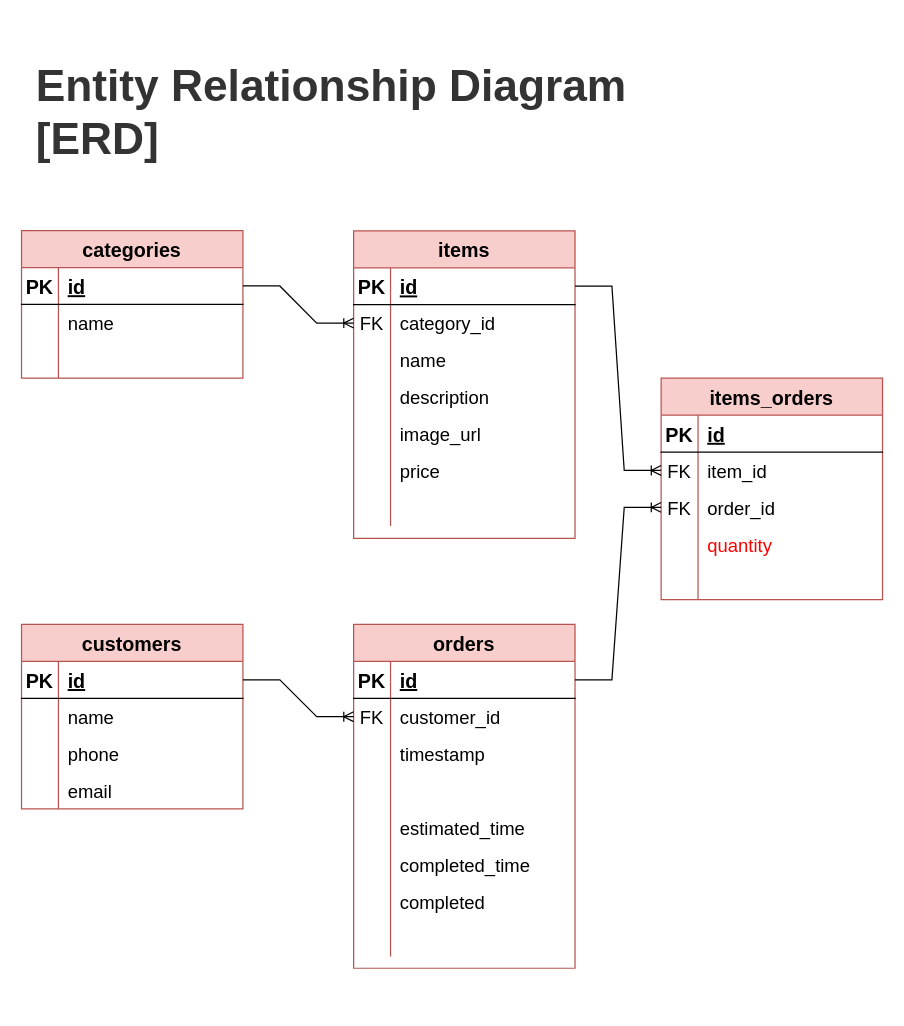
Above: page "dB_ERD" (4 of 4) of project_docs/app_views.drawio in smartnvm/foodTruck (draw.io), before the change. Source tidied: cells renumbered, new cells numbered last; positions are measured from the earlier drawing's top-left corner, leaving out a move shared by most shapes. Both pictures are drawn from the tidied source at 123%, with x=0, y=0 at pixel (21, 21).
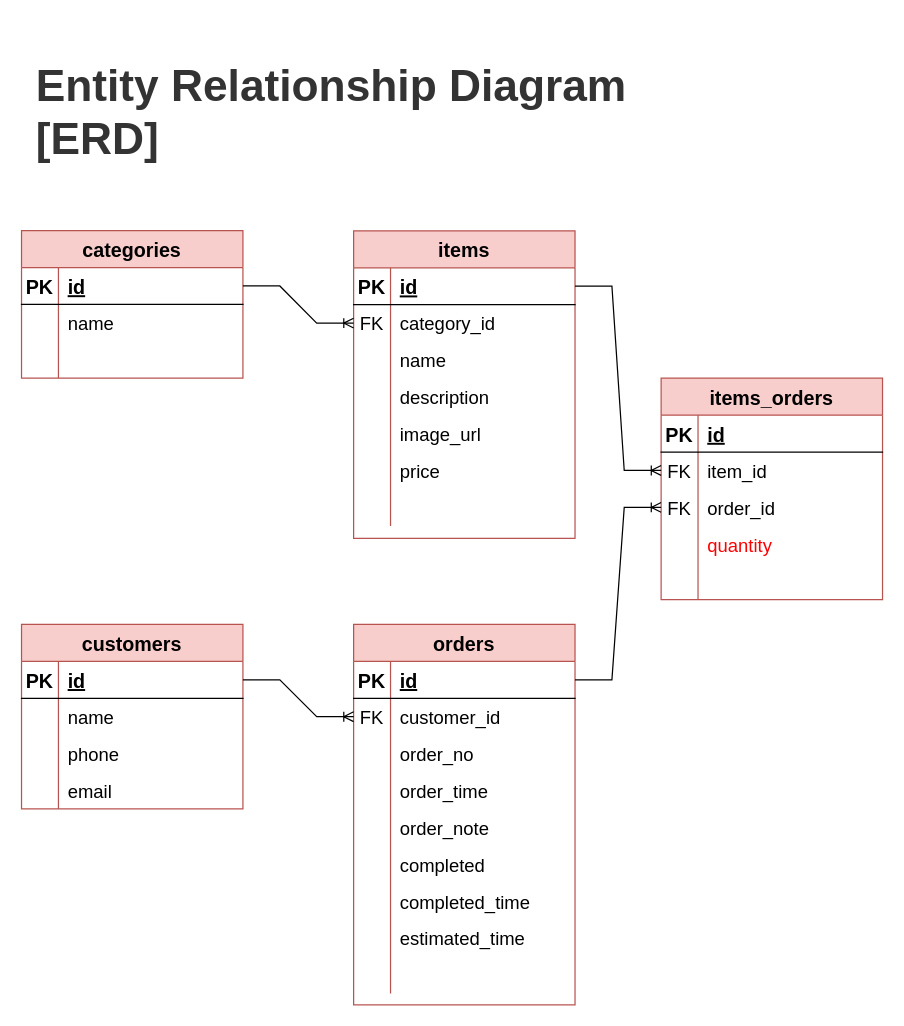
The same page after the edit.

Commit message (it also covers changes not shown here):
- implement place order functionality - update dB with new order information

Diff of the diagram source:
```diff
@@
     <mxCell id="51" value="orders" style="shape=table;startSize=30;childLayout=tableLayout;rowLines=0;fontStyle=1;align=center;fillColor=#f8cecc;strokeColor=#b85450;fontSize=16;" parent="1" vertex="1">
-      <mxGeometry x="270" y="490.2" width="180" height="279.5" as="geometry" />
+      <mxGeometry x="270" y="490.2" width="180" height="309.3" as="geometry" />
     </mxCell>
@@
+    <mxCell id="93" style="shape=partialRectangle;fillColor=none;top=0;left=0;bottom=0;right=0;" parent="51" vertex="1">
+      <mxGeometry y="90" width="180" height="30" as="geometry" />
+    </mxCell>
+    <mxCell id="94" style="shape=partialRectangle;fillColor=none;top=0;left=0;bottom=0;right=0;overflow=hidden;fontSize=15;" parent="93" vertex="1">
+      <mxGeometry width="30" height="30" as="geometry" />
+    </mxCell>
+    <mxCell id="95" value="order_no" style="shape=partialRectangle;fillColor=none;top=0;left=0;bottom=0;right=0;align=left;spacingLeft=6;overflow=hidden;fontSize=15;" parent="93" vertex="1">
+      <mxGeometry x="30" width="150" height="30" as="geometry" />
+    </mxCell>
     <mxCell id="58" style="shape=partialRectangle;fillColor=none;top=0;left=0;bottom=0;right=0;" parent="51" vertex="1">
-      <mxGeometry y="90" width="180" height="30" as="geometry" />
+      <mxGeometry y="120" width="180" height="30" as="geometry" />
     </mxCell>
@@
-    <mxCell id="60" value="timestamp" style="shape=partialRectangle;fillColor=none;top=0;left=0;bottom=0;right=0;align=left;spacingLeft=6;overflow=hidden;fontSize=15;" parent="58" vertex="1">
+    <mxCell id="60" value="order_time" style="shape=partialRectangle;fillColor=none;top=0;left=0;bottom=0;right=0;align=left;spacingLeft=6;overflow=hidden;fontSize=15;" parent="58" vertex="1">
       <mxGeometry x="30" width="150" height="30" as="geometry" />
     </mxCell>
     <mxCell id="61" style="shape=partialRectangle;fillColor=none;top=0;left=0;bottom=0;right=0;" parent="51" vertex="1">
-      <mxGeometry y="120" width="180" height="30" as="geometry" />
+      <mxGeometry y="150" width="180" height="30" as="geometry" />
     </mxCell>
@@
-    <mxCell id="63" style="shape=partialRectangle;fillColor=none;top=0;left=0;bottom=0;right=0;align=left;spacingLeft=6;overflow=hidden;fontSize=15;fontColor=#FF0000;" parent="61" vertex="1">
+    <mxCell id="63" value="order_note" style="shape=partialRectangle;fillColor=none;top=0;left=0;bottom=0;right=0;align=left;spacingLeft=6;overflow=hidden;fontSize=15;fontColor=#000000;" parent="61" vertex="1">
       <mxGeometry x="30" width="150" height="30" as="geometry" />
     </mxCell>
+    <mxCell id="70" style="shape=partialRectangle;fillColor=none;top=0;left=0;bottom=0;right=0;" parent="51" vertex="1">
+      <mxGeometry y="180" width="180" height="30" as="geometry" />
+    </mxCell>
+    <mxCell id="71" style="shape=partialRectangle;fillColor=none;top=0;left=0;bottom=0;right=0;overflow=hidden;fontSize=15;" parent="70" vertex="1">
+      <mxGeometry width="30" height="30" as="geometry" />
+    </mxCell>
+    <mxCell id="72" value="completed" style="shape=partialRectangle;fillColor=none;top=0;left=0;bottom=0;right=0;align=left;spacingLeft=6;overflow=hidden;fontSize=15;" parent="70" vertex="1">
+      <mxGeometry x="30" width="150" height="30" as="geometry" />
+    </mxCell>
+    <mxCell id="67" style="shape=partialRectangle;fillColor=none;top=0;left=0;bottom=0;right=0;" parent="51" vertex="1">
+      <mxGeometry y="210" width="180" height="30" as="geometry" />
+    </mxCell>
+    <mxCell id="68" style="shape=partialRectangle;fillColor=none;top=0;left=0;bottom=0;right=0;overflow=hidden;fontSize=15;" parent="67" vertex="1">
+      <mxGeometry width="30" height="30" as="geometry" />
+    </mxCell>
+    <mxCell id="69" value="completed_time" style="shape=partialRectangle;fillColor=none;top=0;left=0;bottom=0;right=0;align=left;spacingLeft=6;overflow=hidden;fontSize=15;" parent="67" vertex="1">
+      <mxGeometry x="30" width="150" height="30" as="geometry" />
+    </mxCell>
     <mxCell id="64" style="shape=partialRectangle;fillColor=none;top=0;left=0;bottom=0;right=0;" parent="51" vertex="1">
-      <mxGeometry y="150" width="180" height="30" as="geometry" />
+      <mxGeometry y="240" width="180" height="30" as="geometry" />
     </mxCell>
@@
-    <mxCell id="67" style="shape=partialRectangle;fillColor=none;top=0;left=0;bottom=0;right=0;" parent="51" vertex="1">
-      <mxGeometry y="180" width="180" height="30" as="geometry" />
-    </mxCell>
-    <mxCell id="68" style="shape=partialRectangle;fillColor=none;top=0;left=0;bottom=0;right=0;overflow=hidden;fontSize=15;" parent="67" vertex="1">
-      <mxGeometry width="30" height="30" as="geometry" />
-    </mxCell>
-    <mxCell id="69" value="completed_time" style="shape=partialRectangle;fillColor=none;top=0;left=0;bottom=0;right=0;align=left;spacingLeft=6;overflow=hidden;fontSize=15;" parent="67" vertex="1">
-      <mxGeometry x="30" width="150" height="30" as="geometry" />
-    </mxCell>
-    <mxCell id="70" style="shape=partialRectangle;fillColor=none;top=0;left=0;bottom=0;right=0;" parent="51" vertex="1">
-      <mxGeometry y="210" width="180" height="30" as="geometry" />
-    </mxCell>
-    <mxCell id="71" style="shape=partialRectangle;fillColor=none;top=0;left=0;bottom=0;right=0;overflow=hidden;fontSize=15;" parent="70" vertex="1">
-      <mxGeometry width="30" height="30" as="geometry" />
-    </mxCell>
-    <mxCell id="72" value="completed" style="shape=partialRectangle;fillColor=none;top=0;left=0;bottom=0;right=0;align=left;spacingLeft=6;overflow=hidden;fontSize=15;" parent="70" vertex="1">
-      <mxGeometry x="30" width="150" height="30" as="geometry" />
-    </mxCell>
-    <mxCell id="73" style="shape=partialRectangle;fillColor=none;top=0;left=0;bottom=0;right=0;" parent="51" vertex="1">
-      <mxGeometry y="240" width="180" height="30" as="geometry" />
-    </mxCell>
-    <mxCell id="74" style="shape=partialRectangle;fillColor=none;top=0;left=0;bottom=0;right=0;overflow=hidden;fontSize=15;" parent="73" vertex="1">
-      <mxGeometry width="30" height="30" as="geometry" />
-    </mxCell>
+    <mxCell id="96" style="shape=partialRectangle;fillColor=none;top=0;left=0;bottom=0;right=0;" parent="51" vertex="1">
+      <mxGeometry y="270" width="180" height="30" as="geometry" />
+    </mxCell>
+    <mxCell id="97" style="shape=partialRectangle;fillColor=none;top=0;left=0;bottom=0;right=0;overflow=hidden;fontSize=15;" parent="96" vertex="1">
+      <mxGeometry width="30" height="30" as="geometry" />
+    </mxCell>
-    <mxCell id="75" style="shape=partialRectangle;fillColor=none;top=0;left=0;bottom=0;right=0;align=left;spacingLeft=6;overflow=hidden;fontSize=15;" parent="73" vertex="1">
+    <mxCell id="75" style="shape=partialRectangle;fillColor=none;top=0;left=0;bottom=0;right=0;align=left;spacingLeft=6;overflow=hidden;fontSize=15;" parent="96" vertex="1">
       <mxGeometry x="30" width="150" height="30" as="geometry" />
     </mxCell>
```
